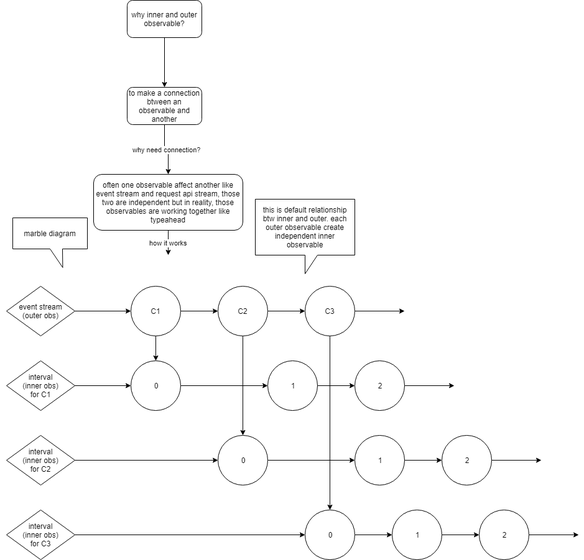
Before: RxJS_inner_outer_observable_concept.PNG, a diagram exported from draw.io (stsiwo/js_concept). Source tidied: cells renumbered, new cells last; positions are measured from the earlier drawing's top-left corner, leaving out a move shared by most shapes.
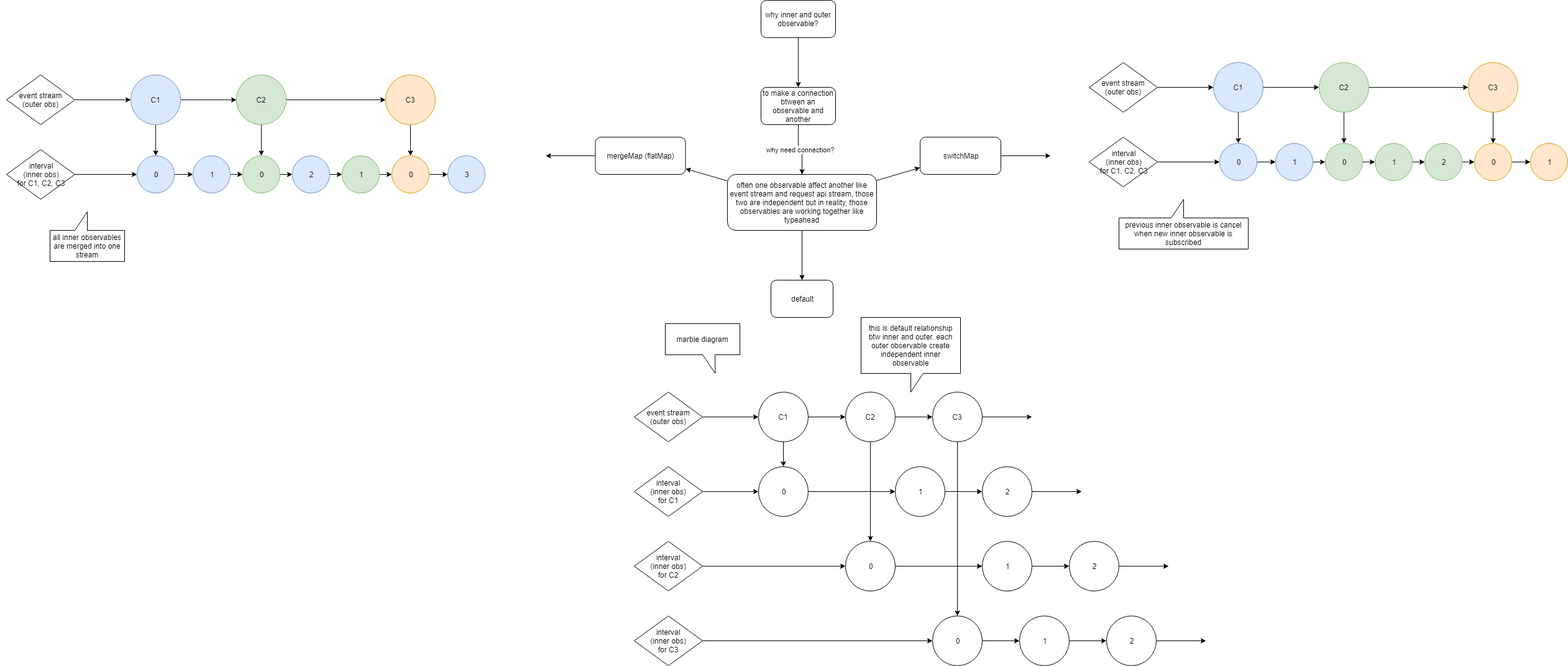
After the change.

What changed in the source:
```diff
@@ -6,22 +6,45 @@
       <mxGeometry relative="1" as="geometry" />
     </mxCell>
     <mxCell id="3" value="why inner and outer observable?" style="rounded=1;whiteSpace=wrap;html=1;" parent="1" vertex="1">
-      <mxGeometry x="204" width="120" height="60" as="geometry" />
+      <mxGeometry x="214" y="-170" width="120" height="60" as="geometry" />
     </mxCell>
     <mxCell id="4" value="why need connection?" style="edgeStyle=orthogonalEdgeStyle;rounded=0;jettySize=auto;html=1;" parent="1" edge="1" source="5" target="7">
       <mxGeometry relative="1" as="geometry" />
     </mxCell>
     <mxCell id="5" value="to make a connection btween an observable and another" style="rounded=1;whiteSpace=wrap;html=1;" parent="1" vertex="1">
-      <mxGeometry x="204" y="140" width="120" height="60" as="geometry" />
+      <mxGeometry x="214" y="-30" width="120" height="60" as="geometry" />
     </mxCell>
-    <mxCell id="6" value="how it works" style="edgeStyle=orthogonalEdgeStyle;rounded=0;jettySize=auto;html=1;" parent="1" edge="1" source="7">
-      <mxGeometry relative="1" as="geometry">
-        <mxPoint x="270" y="410" as="targetPoint" />
-      </mxGeometry>
-    </mxCell>
+    <mxCell id="46" style="rounded=0;jettySize=auto;html=1;" parent="1" edge="1" source="7" target="53">
+      <mxGeometry relative="1" as="geometry" />
+    </mxCell>
+    <mxCell id="47" style="edgeStyle=none;rounded=0;jettySize=auto;html=1;" parent="1" edge="1" source="7" target="51">
+      <mxGeometry relative="1" as="geometry" />
+    </mxCell>
+    <mxCell id="48" style="edgeStyle=none;rounded=0;jettySize=auto;html=1;" parent="1" edge="1" source="7" target="49">
+      <mxGeometry relative="1" as="geometry" />
+    </mxCell>
     <mxCell id="7" value="often one observable affect another like event stream and request api stream, those two are independent but in reality, those observables are working together like typeahead" style="rounded=1;whiteSpace=wrap;html=1;" parent="1" vertex="1">
-      <mxGeometry x="150" y="280" width="240" height="90" as="geometry" />
+      <mxGeometry x="160" y="110" width="240" height="90" as="geometry" />
     </mxCell>
+    <mxCell id="49" value="default" style="rounded=1;whiteSpace=wrap;html=1;" parent="1" vertex="1">
+      <mxGeometry x="230" y="280" width="100" height="60" as="geometry" />
+    </mxCell>
+    <mxCell id="50" style="edgeStyle=none;rounded=0;jettySize=auto;html=1;" parent="1" edge="1" source="51">
+      <mxGeometry relative="1" as="geometry">
+        <mxPoint x="680" y="80" as="targetPoint" />
+      </mxGeometry>
+    </mxCell>
+    <mxCell id="51" value="switchMap" style="rounded=1;whiteSpace=wrap;html=1;" parent="1" vertex="1">
+      <mxGeometry x="470" y="50" width="130" height="60" as="geometry" />
+    </mxCell>
+    <mxCell id="52" style="edgeStyle=none;rounded=0;jettySize=auto;html=1;" parent="1" edge="1" source="53">
+      <mxGeometry relative="1" as="geometry">
+        <mxPoint x="-132.5" y="80" as="targetPoint" />
+      </mxGeometry>
+    </mxCell>
+    <mxCell id="53" value="mergeMap (flatMap)" style="rounded=1;whiteSpace=wrap;html=1;" parent="1" vertex="1">
+      <mxGeometry x="-52.5" y="50" width="145" height="60" as="geometry" />
+    </mxCell>
     <mxCell id="8" style="edgeStyle=orthogonalEdgeStyle;rounded=0;jettySize=auto;html=1;" parent="1" edge="1" source="9" target="12">
       <mxGeometry relative="1" as="geometry" />
     </mxCell>
@@ -58,7 +81,7 @@
       <mxGeometry x="490" y="460" width="80" height="80" as="geometry" />
     </mxCell>
     <mxCell id="19" value="marble diagram" style="shape=callout;whiteSpace=wrap;html=1;perimeter=calloutPerimeter;position2=0.67;" parent="1" vertex="1">
-      <mxGeometry x="20" y="350" width="120" height="80" as="geometry" />
+      <mxGeometry x="60" y="350" width="120" height="80" as="geometry" />
     </mxCell>
     <mxCell id="20" style="edgeStyle=orthogonalEdgeStyle;rounded=0;jettySize=auto;html=1;" parent="1" edge="1" source="21" target="23">
       <mxGeometry relative="1" as="geometry" />
@@ -142,7 +165,169 @@
       <mxGeometry y="563" width="20" height="20" as="geometry" />
     </mxCell>
     <mxCell id="45" value="this is default relationship btw inner and outer. each outer observable create independent inner observable" style="shape=callout;whiteSpace=wrap;html=1;perimeter=calloutPerimeter;" parent="1" vertex="1">
-      <mxGeometry x="410" y="320" width="160" height="120" as="geometry" />
+      <mxGeometry x="375" y="340" width="160" height="120" as="geometry" />
     </mxCell>
+    <mxCell id="54" style="edgeStyle=orthogonalEdgeStyle;rounded=0;jettySize=auto;html=1;" parent="1" edge="1" source="55" target="58">
+      <mxGeometry relative="1" as="geometry" />
+    </mxCell>
+    <mxCell id="55" value="event stream&lt;br&gt;(outer obs)&lt;br&gt;" style="rhombus;whiteSpace=wrap;html=1;" parent="1" vertex="1">
+      <mxGeometry x="-1000" y="-50" width="110" height="80" as="geometry" />
+    </mxCell>
+    <mxCell id="56" style="edgeStyle=orthogonalEdgeStyle;rounded=0;jettySize=auto;html=1;" parent="1" edge="1" source="58" target="61">
+      <mxGeometry relative="1" as="geometry" />
+    </mxCell>
+    <mxCell id="57" style="edgeStyle=orthogonalEdgeStyle;rounded=0;jettySize=auto;html=1;" parent="1" edge="1" source="58" target="67">
+      <mxGeometry relative="1" as="geometry" />
+    </mxCell>
+    <mxCell id="58" value="C1" style="ellipse;whiteSpace=wrap;html=1;fillColor=#dae8fc;strokeColor=#6c8ebf;" parent="1" vertex="1">
+      <mxGeometry x="-800" y="-50" width="80" height="80" as="geometry" />
+    </mxCell>
+    <mxCell id="59" style="edgeStyle=orthogonalEdgeStyle;rounded=0;jettySize=auto;html=1;" parent="1" edge="1" source="61" target="63">
+      <mxGeometry relative="1" as="geometry" />
+    </mxCell>
+    <mxCell id="60" style="edgeStyle=none;rounded=0;jettySize=auto;html=1;" parent="1" edge="1" source="61" target="71">
+      <mxGeometry relative="1" as="geometry" />
+    </mxCell>
+    <mxCell id="61" value="C2" style="ellipse;whiteSpace=wrap;html=1;fillColor=#d5e8d4;strokeColor=#82b366;" parent="1" vertex="1">
+      <mxGeometry x="-630" y="-50" width="80" height="80" as="geometry" />
+    </mxCell>
+    <mxCell id="62" style="edgeStyle=none;rounded=0;jettySize=auto;html=1;" parent="1" edge="1" source="63" target="77">
+      <mxGeometry relative="1" as="geometry" />
+    </mxCell>
+    <mxCell id="63" value="C3" style="ellipse;whiteSpace=wrap;html=1;fillColor=#ffe6cc;strokeColor=#d79b00;" parent="1" vertex="1">
+      <mxGeometry x="-390" y="-50" width="80" height="80" as="geometry" />
+    </mxCell>
+    <mxCell id="64" style="edgeStyle=orthogonalEdgeStyle;rounded=0;jettySize=auto;html=1;" parent="1" edge="1" source="65" target="67">
+      <mxGeometry relative="1" as="geometry" />
+    </mxCell>
+    <mxCell id="65" value="interval&lt;br&gt;(inner obs)&lt;br&gt;for C1, C2, C3&lt;br&gt;" style="rhombus;whiteSpace=wrap;html=1;" parent="1" vertex="1">
+      <mxGeometry x="-1000" y="70" width="110" height="80" as="geometry" />
+    </mxCell>
+    <mxCell id="66" style="edgeStyle=none;rounded=0;jettySize=auto;html=1;" parent="1" edge="1" source="67" target="69">
+      <mxGeometry relative="1" as="geometry" />
+    </mxCell>
+    <mxCell id="67" value="0" style="ellipse;whiteSpace=wrap;html=1;fillColor=#dae8fc;strokeColor=#6c8ebf;" parent="1" vertex="1">
+      <mxGeometry x="-790" y="80" width="60" height="60" as="geometry" />
+    </mxCell>
+    <mxCell id="68" style="edgeStyle=none;rounded=0;jettySize=auto;html=1;" parent="1" edge="1" source="69" target="71">
+      <mxGeometry relative="1" as="geometry" />
+    </mxCell>
+    <mxCell id="69" value="1" style="ellipse;whiteSpace=wrap;html=1;fillColor=#dae8fc;strokeColor=#6c8ebf;" parent="1" vertex="1">
+      <mxGeometry x="-700" y="80" width="60" height="60" as="geometry" />
+    </mxCell>
+    <mxCell id="70" style="edgeStyle=none;rounded=0;jettySize=auto;html=1;" parent="1" edge="1" source="71" target="73">
+      <mxGeometry relative="1" as="geometry" />
+    </mxCell>
+    <mxCell id="71" value="0" style="ellipse;whiteSpace=wrap;html=1;fillColor=#d5e8d4;strokeColor=#82b366;" parent="1" vertex="1">
+      <mxGeometry x="-620" y="80" width="60" height="60" as="geometry" />
+    </mxCell>
+    <mxCell id="72" style="edgeStyle=none;rounded=0;jettySize=auto;html=1;" parent="1" edge="1" source="73" target="75">
+      <mxGeometry relative="1" as="geometry" />
+    </mxCell>
+    <mxCell id="73" value="2" style="ellipse;whiteSpace=wrap;html=1;fillColor=#dae8fc;strokeColor=#6c8ebf;" parent="1" vertex="1">
+      <mxGeometry x="-540" y="80" width="60" height="60" as="geometry" />
+    </mxCell>
+    <mxCell id="74" style="edgeStyle=none;rounded=0;jettySize=auto;html=1;" parent="1" edge="1" source="75" target="77">
+      <mxGeometry relative="1" as="geometry" />
+    </mxCell>
+    <mxCell id="75" value="1" style="ellipse;whiteSpace=wrap;html=1;fillColor=#d5e8d4;strokeColor=#82b366;" parent="1" vertex="1">
+      <mxGeometry x="-460" y="80" width="60" height="60" as="geometry" />
+    </mxCell>
+    <mxCell id="76" style="edgeStyle=none;rounded=0;jettySize=auto;html=1;" parent="1" edge="1" source="77" target="78">
+      <mxGeometry relative="1" as="geometry" />
+    </mxCell>
+    <mxCell id="77" value="0" style="ellipse;whiteSpace=wrap;html=1;fillColor=#ffe6cc;strokeColor=#d79b00;" parent="1" vertex="1">
+      <mxGeometry x="-380" y="80" width="60" height="60" as="geometry" />
+    </mxCell>
+    <mxCell id="78" value="3" style="ellipse;whiteSpace=wrap;html=1;fillColor=#dae8fc;strokeColor=#6c8ebf;" parent="1" vertex="1">
+      <mxGeometry x="-290" y="80" width="60" height="60" as="geometry" />
+    </mxCell>
+    <mxCell id="79" value="&amp;nbsp;&amp;nbsp;" style="text;html=1;align=left;verticalAlign=top;spacingTop=-4;" parent="1" vertex="1">
+      <mxGeometry x="-1010" y="53" width="20" height="20" as="geometry" />
+    </mxCell>
+    <mxCell id="80" value="all inner observables are merged into one stream" style="shape=callout;whiteSpace=wrap;html=1;perimeter=calloutPerimeter;direction=west;" parent="1" vertex="1">
+      <mxGeometry x="-930" y="170" width="120" height="80" as="geometry" />
+    </mxCell>
+    <mxCell id="81" style="edgeStyle=orthogonalEdgeStyle;rounded=0;jettySize=auto;html=1;" parent="1" edge="1" source="82" target="85">
+      <mxGeometry relative="1" as="geometry" />
+    </mxCell>
+    <mxCell id="82" value="event stream&lt;br&gt;(outer obs)&lt;br&gt;" style="rhombus;whiteSpace=wrap;html=1;" parent="1" vertex="1">
+      <mxGeometry x="742" y="-70" width="110" height="80" as="geometry" />
+    </mxCell>
+    <mxCell id="83" style="edgeStyle=orthogonalEdgeStyle;rounded=0;jettySize=auto;html=1;" parent="1" edge="1" source="85" target="88">
+      <mxGeometry relative="1" as="geometry" />
+    </mxCell>
+    <mxCell id="84" style="edgeStyle=orthogonalEdgeStyle;rounded=0;jettySize=auto;html=1;" parent="1" edge="1" source="85" target="94">
+      <mxGeometry relative="1" as="geometry" />
+    </mxCell>
+    <mxCell id="85" value="C1" style="ellipse;whiteSpace=wrap;html=1;fillColor=#dae8fc;strokeColor=#6c8ebf;" parent="1" vertex="1">
+      <mxGeometry x="942" y="-70" width="80" height="80" as="geometry" />
+    </mxCell>
+    <mxCell id="86" style="edgeStyle=orthogonalEdgeStyle;rounded=0;jettySize=auto;html=1;" parent="1" edge="1" source="88" target="90">
+      <mxGeometry relative="1" as="geometry" />
+    </mxCell>
+    <mxCell id="87" style="edgeStyle=none;rounded=0;jettySize=auto;html=1;" parent="1" edge="1" source="88" target="98">
+      <mxGeometry relative="1" as="geometry" />
+    </mxCell>
+    <mxCell id="88" value="C2" style="ellipse;whiteSpace=wrap;html=1;fillColor=#d5e8d4;strokeColor=#82b366;" parent="1" vertex="1">
+      <mxGeometry x="1112" y="-70" width="80" height="80" as="geometry" />
+    </mxCell>
+    <mxCell id="89" style="edgeStyle=none;rounded=0;jettySize=auto;html=1;" parent="1" edge="1" source="90" target="104">
+      <mxGeometry relative="1" as="geometry" />
+    </mxCell>
+    <mxCell id="90" value="C3" style="ellipse;whiteSpace=wrap;html=1;fillColor=#ffe6cc;strokeColor=#d79b00;" parent="1" vertex="1">
+      <mxGeometry x="1352" y="-70" width="80" height="80" as="geometry" />
+    </mxCell>
+    <mxCell id="91" style="edgeStyle=orthogonalEdgeStyle;rounded=0;jettySize=auto;html=1;" parent="1" edge="1" source="92" target="94">
+      <mxGeometry relative="1" as="geometry" />
+    </mxCell>
+    <mxCell id="92" value="interval&lt;br&gt;(inner obs)&lt;br&gt;for C1, C2, C3&lt;br&gt;" style="rhombus;whiteSpace=wrap;html=1;" parent="1" vertex="1">
+      <mxGeometry x="742" y="50" width="110" height="80" as="geometry" />
+    </mxCell>
+    <mxCell id="93" style="edgeStyle=none;rounded=0;jettySize=auto;html=1;" parent="1" edge="1" source="94" target="96">
+      <mxGeometry relative="1" as="geometry" />
+    </mxCell>
+    <mxCell id="94" value="0" style="ellipse;whiteSpace=wrap;html=1;fillColor=#dae8fc;strokeColor=#6c8ebf;" parent="1" vertex="1">
+      <mxGeometry x="952" y="60" width="60" height="60" as="geometry" />
+    </mxCell>
+    <mxCell id="95" style="edgeStyle=none;rounded=0;jettySize=auto;html=1;" parent="1" edge="1" source="96" target="98">
+      <mxGeometry relative="1" as="geometry" />
+    </mxCell>
+    <mxCell id="96" value="1" style="ellipse;whiteSpace=wrap;html=1;fillColor=#dae8fc;strokeColor=#6c8ebf;" parent="1" vertex="1">
+      <mxGeometry x="1042" y="60" width="60" height="60" as="geometry" />
+    </mxCell>
+    <mxCell id="97" style="edgeStyle=none;rounded=0;jettySize=auto;html=1;" parent="1" edge="1" source="98" target="100">
+      <mxGeometry relative="1" as="geometry" />
+    </mxCell>
+    <mxCell id="98" value="0" style="ellipse;whiteSpace=wrap;html=1;fillColor=#d5e8d4;strokeColor=#82b366;" parent="1" vertex="1">
+      <mxGeometry x="1122" y="60" width="60" height="60" as="geometry" />
+    </mxCell>
+    <mxCell id="99" style="edgeStyle=none;rounded=0;jettySize=auto;html=1;" parent="1" edge="1" source="100" target="102">
+      <mxGeometry relative="1" as="geometry" />
+    </mxCell>
+    <mxCell id="100" value="1" style="ellipse;whiteSpace=wrap;html=1;fillColor=#d5e8d4;strokeColor=#82b366;" parent="1" vertex="1">
+      <mxGeometry x="1202" y="60" width="60" height="60" as="geometry" />
+    </mxCell>
+    <mxCell id="101" style="edgeStyle=none;rounded=0;jettySize=auto;html=1;" parent="1" edge="1" source="102" target="104">
+      <mxGeometry relative="1" as="geometry" />
+    </mxCell>
+    <mxCell id="102" value="2" style="ellipse;whiteSpace=wrap;html=1;fillColor=#d5e8d4;strokeColor=#82b366;" parent="1" vertex="1">
+      <mxGeometry x="1282" y="60" width="60" height="60" as="geometry" />
+    </mxCell>
+    <mxCell id="103" style="edgeStyle=none;rounded=0;jettySize=auto;html=1;" parent="1" edge="1" source="104" target="105">
+      <mxGeometry relative="1" as="geometry" />
+    </mxCell>
+    <mxCell id="104" value="0" style="ellipse;whiteSpace=wrap;html=1;fillColor=#ffe6cc;strokeColor=#d79b00;" parent="1" vertex="1">
+      <mxGeometry x="1362" y="60" width="60" height="60" as="geometry" />
+    </mxCell>
+    <mxCell id="105" value="1" style="ellipse;whiteSpace=wrap;html=1;fillColor=#ffe6cc;strokeColor=#d79b00;" parent="1" vertex="1">
+      <mxGeometry x="1452" y="60" width="60" height="60" as="geometry" />
+    </mxCell>
+    <mxCell id="106" value="&amp;nbsp;&amp;nbsp;" style="text;html=1;align=left;verticalAlign=top;spacingTop=-4;" parent="1" vertex="1">
+      <mxGeometry x="732" y="33" width="20" height="20" as="geometry" />
+    </mxCell>
+    <mxCell id="107" value="previous inner observable is cancel when new inner observable is subscribed" style="shape=callout;whiteSpace=wrap;html=1;perimeter=calloutPerimeter;direction=west;" parent="1" vertex="1">
+      <mxGeometry x="790" y="150" width="208" height="80" as="geometry" />
+    </mxCell>
   </root>
 </mxGraphModel>
```
